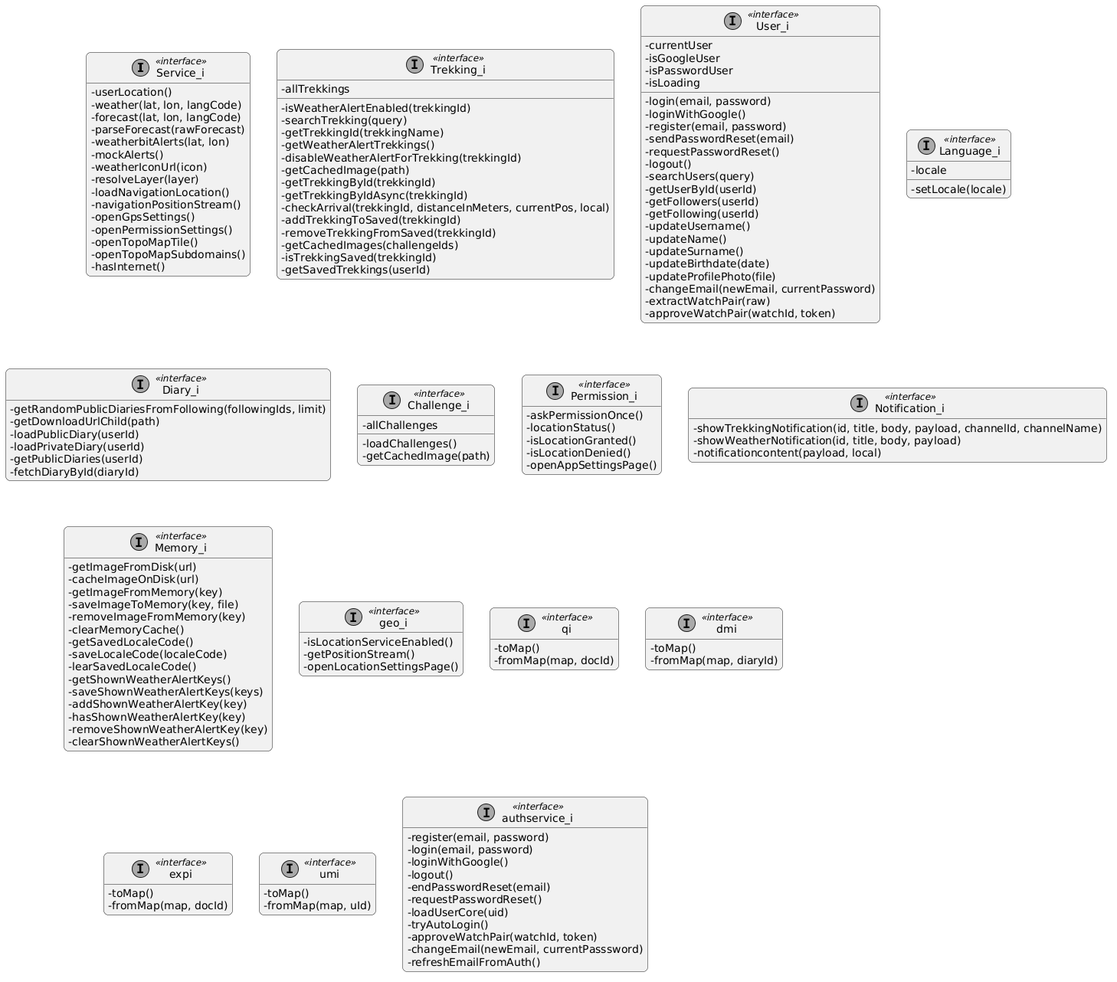
Earlier version of the PlantUML export documentation/Design Document/document/images/interfacediagramsmartphone2.png (SofiaTerracciano/Triplo). Source of this version:
```plantuml
@startuml
skinparam classAttributeIconSize 0
skinparam shadowing false
skinparam linetype ortho
skinparam roundcorner 12

hide empty members

class "Service_i"  << (I,#aaaaaa) >> <<interface>> {
  - userLocation()
  - weather(lat, lon, langCode)
  - forecast(lat, lon, langCode)
  - parseForecast(rawForecast)
  - weatherbitAlerts(lat, lon)
  - mockAlerts()
  - weatherIconUrl(icon)
  - resolveLayer(layer)
  - loadNavigationLocation()
  - navigationPositionStream()
  - openGpsSettings()
  - openPermissionSettings()
  - openTopoMapTile()
  - openTopoMapSubdomains()
  - hasInternet()
}

class "Trekking_i" as TrekkingI << (I,#aaaaaa) >> <<interface>> {
  - allTrekkings
  - isWeatherAlertEnabled(trekkingId)
  - searchTrekking(query)
  - getTrekkingId(trekkingName)
  - getWeatherAlertTrekkings()
  - disableWeatherAlertForTrekking(trekkingId)
  - getCachedImage(path)
  - getTrekkingById(trekkingId)
  - getTrekkingByIdAsync(trekkingId)
  - checkArrival(trekkingId, distanceInMeters, currentPos, local)
  - addTrekkingToSaved(trekkingId)
  - removeTrekkingFromSaved(trekkingId)
  - getCachedImages(challengeIds)
  - isTrekkingSaved(trekkingId)
  - getSavedTrekkings(userId)
}

class "User_i" as UserI << (I,#aaaaaa) >> <<interface>> {
  - login(email, password)
  - loginWithGoogle()
  - register(email, password)
  - sendPasswordReset(email)
  - requestPasswordReset()
  - logout()
  - searchUsers(query)
  - getUserById(userId)
  - getFollowers(userId)
  - getFollowing(userId)
  - updateUsername()
  - updateName()
  - updateSurname()
  - updateBirthdate(date)
  - updateProfilePhoto(file)
  - changeEmail(newEmail, currentPassword)
  - extractWatchPair(raw)
  - approveWatchPair(watchId, token)
  - currentUser
  - isGoogleUser
  - isPasswordUser
  - isLoading
}

class "Language_i" as LanguageI << (I,#aaaaaa) >> <<interface>> {
  - locale
  - setLocale(locale)
}

class "Diary_i" as DiaryI << (I,#aaaaaa) >> <<interface>> {
  - getRandomPublicDiariesFromFollowing(followingIds, limit)
  - getDownloadUrlChild(path)
  - loadPublicDiary(userId)
  - loadPrivateDiary(userId)
  - getPublicDiaries(userId)
  - fetchDiaryById(diaryId)
}

class "Challenge_i" as ChallengeI << (I,#aaaaaa) >> <<interface>> {
  - loadChallenges()
  - allChallenges
  - getCachedImage(path)
}

class "Permission_i" as PermissionI << (I,#aaaaaa) >> <<interface>> {
  - askPermissionOnce()
  - locationStatus()
  - isLocationGranted()
  - isLocationDenied()
  - openAppSettingsPage()
}

class "Notification_i" as NotificationI << (I,#aaaaaa) >> <<interface>> {
  - showTrekkingNotification(id, title, body, payload, channelId, channelName)
  - showWeatherNotification(id, title, body, payload)
  - notificationcontent(payload, local)
}

class "Memory_i" as MemoryI << (I,#aaaaaa) >> <<interface>> {
  - getImageFromDisk(url)
  - cacheImageOnDisk(url)
  - getImageFromMemory(key)
  - saveImageToMemory(key, file)
  - removeImageFromMemory(key)
  - clearMemoryCache()
  - getSavedLocaleCode()
  - saveLocaleCode(localeCode)
  - learSavedLocaleCode()
  - getShownWeatherAlertKeys()
  - saveShownWeatherAlertKeys(keys)
  - addShownWeatherAlertKey(key)
  - hasShownWeatherAlertKey(key)
  - removeShownWeatherAlertKey(key)
  - clearShownWeatherAlertKeys()
}

class "geo_i" as geoI << (I,#aaaaaa) >> <<interface>> {
  - isLocationServiceEnabled()
  - getPositionStream()
  - openLocationSettingsPage()
}

class "qi" as qI << (I,#aaaaaa) >> <<interface>> {
  - toMap()
  - fromMap(map, docId)
}

class "dmi" as dmI << (I,#aaaaaa) >> <<interface>> {
  - toMap()
  - fromMap(map, diaryId)
}

class "expi" as expI << (I,#aaaaaa) >> <<interface>> {
  - toMap()
  - fromMap(map, docId)
}

class "umi" as umI << (I,#aaaaaa) >> <<interface>> {
  - toMap()
  - fromMap(map, uId)
}

class "authservice_i" as authserviceI << (I,#aaaaaa) >> <<interface>> {
  - register(email, password)
  - login(email, password)
  - loginWithGoogle()
  - logout()
  - endPasswordReset(email)
  - requestPasswordReset()
  - loadUserCore(uid)
  - tryAutoLogin()
  - approveWatchPair(watchId, token)
  - changeEmail(newEmail, currentPasssword)
  - refreshEmailFromAuth()
}
@enduml
```
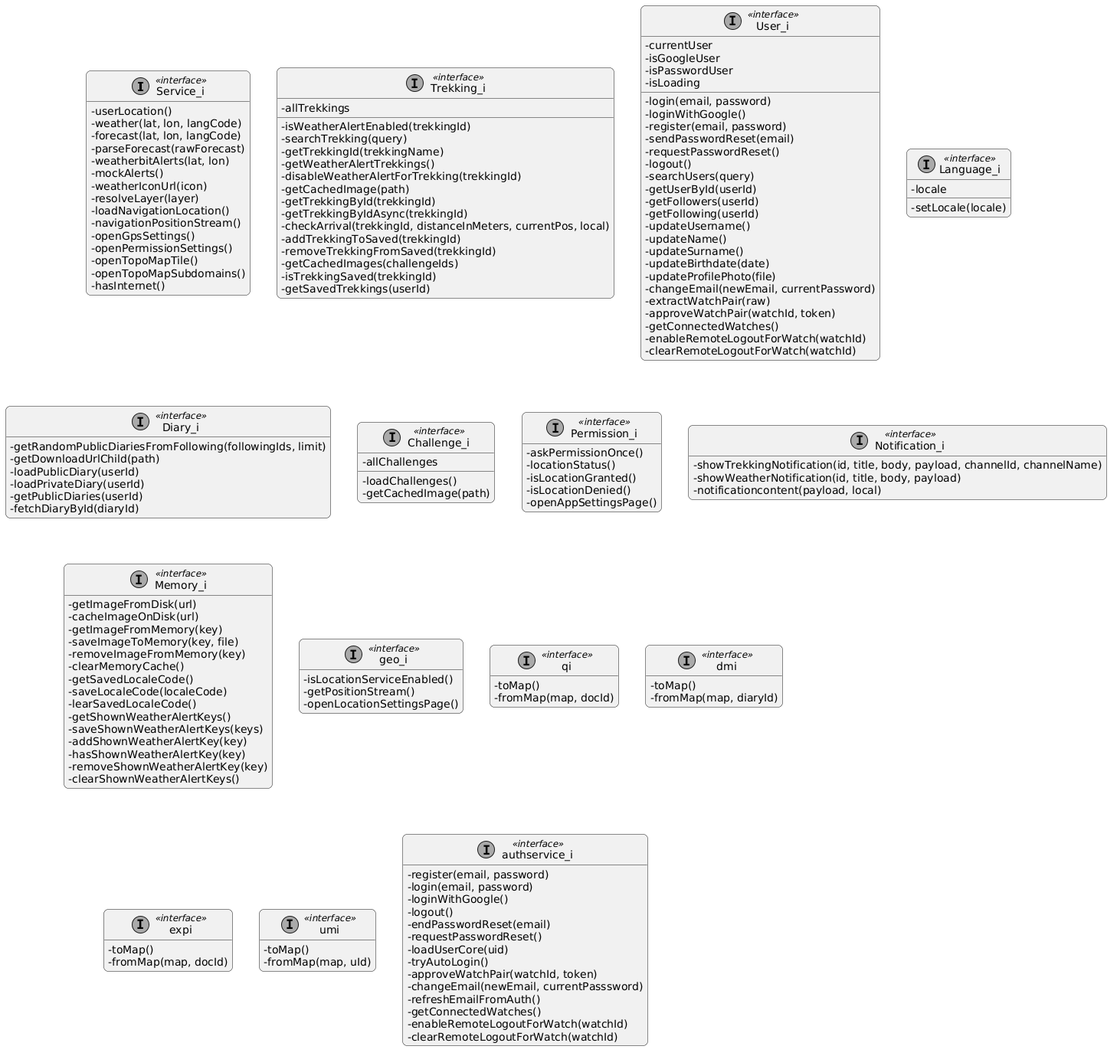
The same file after the commit.

What changed in the source:
```diff
@@ -61,6 +61,9 @@
   - changeEmail(newEmail, currentPassword)
   - extractWatchPair(raw)
   - approveWatchPair(watchId, token)
+  - getConnectedWatches()
+  - enableRemoteLogoutForWatch(watchId)
+  - clearRemoteLogoutForWatch(watchId)
   - currentUser
   - isGoogleUser
   - isPasswordUser
@@ -157,5 +160,8 @@
   - approveWatchPair(watchId, token)
   - changeEmail(newEmail, currentPasssword)
   - refreshEmailFromAuth()
+  - getConnectedWatches()
+  - enableRemoteLogoutForWatch(watchId)
+  - clearRemoteLogoutForWatch(watchId)
 }
 @enduml
```
